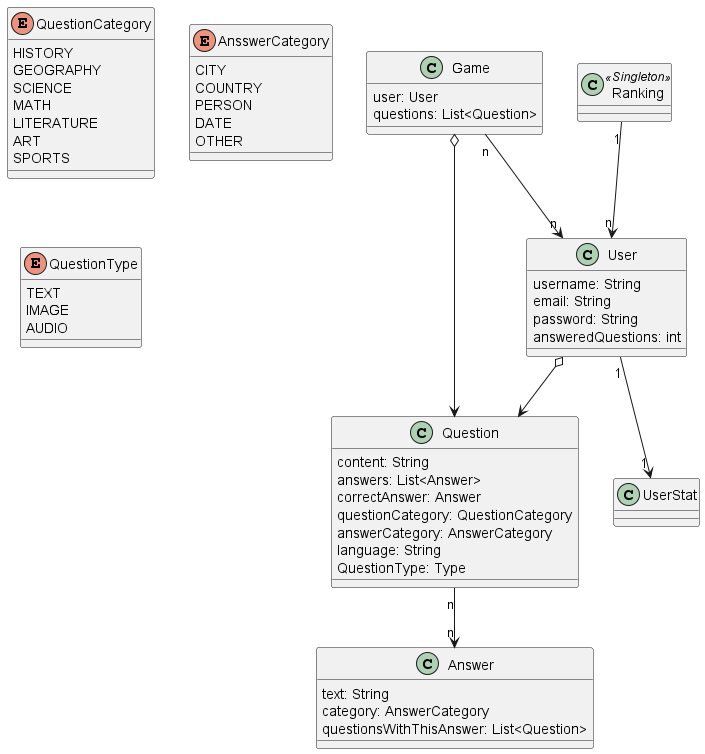
This is images/ConceptsDomainModel1.png from Arquisoft/wiq_en2b, a PlantUML export, as it was before one commit.
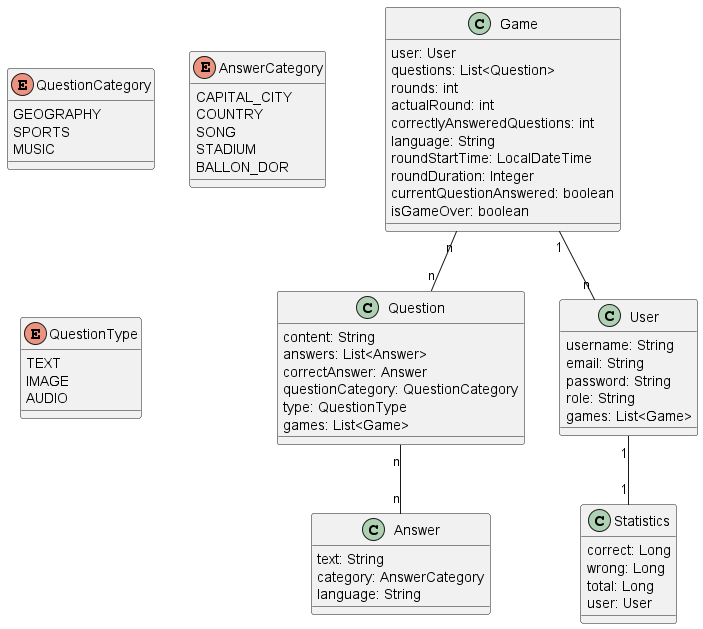
Above is the later version.

Change to the diagram source:
```diff
@@ -1,21 +1,16 @@
 @startuml
-
 enum QuestionCategory {
-    HISTORY
     GEOGRAPHY
-    SCIENCE
-    MATH
-    LITERATURE
-    ART
     SPORTS
+    MUSIC
 }
 
-enum AnsswerCategory {
-    CITY
+enum AnswerCategory {
+    CAPITAL_CITY
     COUNTRY
-    PERSON
-    DATE
-    OTHER
+    SONG
+    STADIUM
+    BALLON_DOR
 }
 
 enum QuestionType{
@@ -29,43 +24,48 @@
     answers: List<Answer>
     correctAnswer: Answer
     questionCategory: QuestionCategory
-    answerCategory: AnswerCategory
-    language: String
-    QuestionType: Type
+    type: QuestionType
+    games: List<Game>
 }
 
 class User{
     username: String
     email: String
     password: String
-    answeredQuestions: int
+    role: String
+    games: List<Game>
 }
 
-class UserStat{
+class Statistics{
+    correct: Long
+    wrong: Long
+    total: Long
+    user: User
 }
 
 class Answer {
     text: String
     category: AnswerCategory
-    questionsWithThisAnswer: List<Question>
-
+    language: String
 }
 
 class Game {
     user: User
     questions: List<Question>
+    rounds: int
+    actualRound: int
+    correctlyAnsweredQuestions: int
+    language: String
+    roundStartTime: LocalDateTime
+    roundDuration: Integer
+    currentQuestionAnswered: boolean
+    isGameOver: boolean
 }
 
 
-class Ranking << Singleton >> {
-
-}
-
-User  o--> Question
-User "1" --> "1" UserStat
-Game  o--> Question
-Game "n" --> "n" User
-Question "n" --> "n" Answer
-Ranking "1" --> "n" User
+User "1"--"1" Statistics
+Game "n"--"n" Question
+Game "1" -- "n" User
+Question "n" -- "n" Answer
 
 @enduml
```
